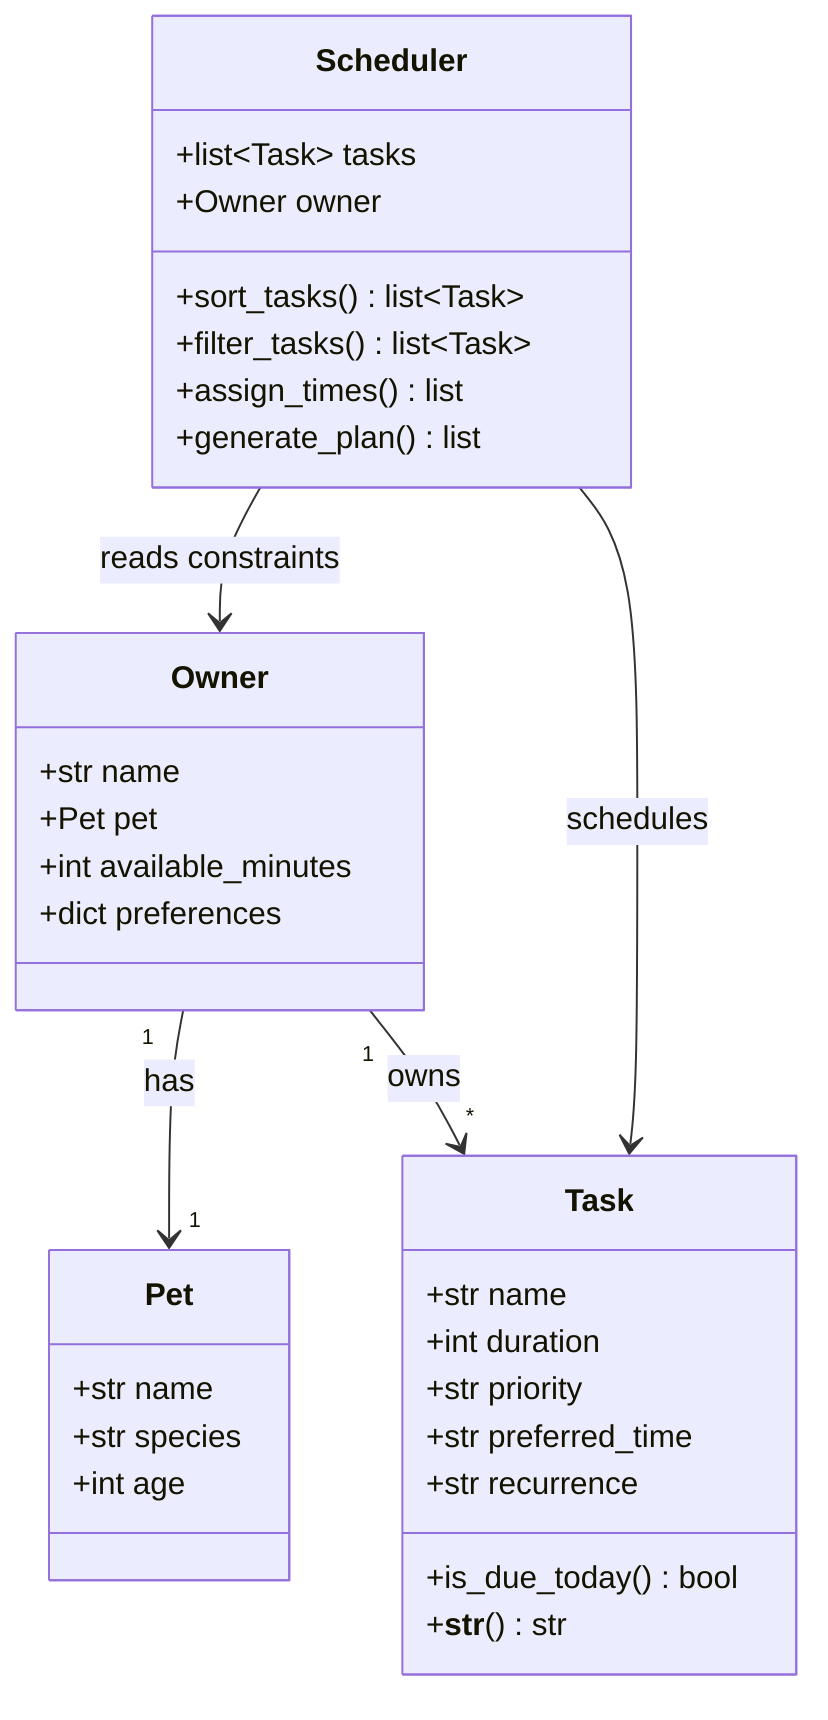
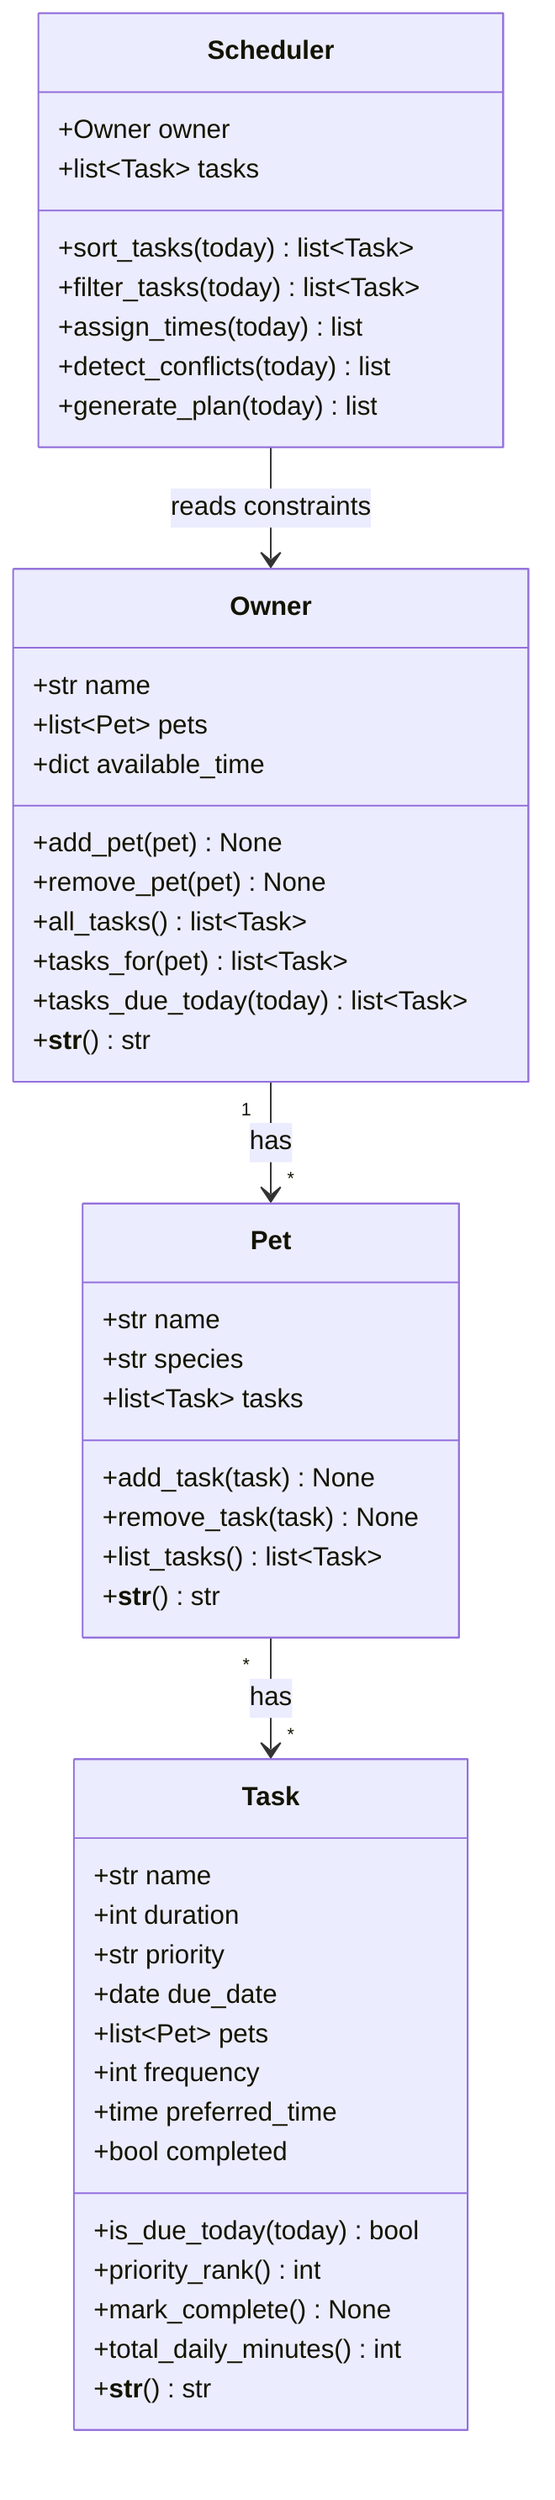
classDiagram
    %% PawPal+ class design

    class Owner {
        +str name
-         +Pet pet
-         +int available_minutes
-         +dict preferences
+         +list~Pet~ pets
+         +dict available_time
+         +add_pet(pet) None
+         +remove_pet(pet) None
+         +all_tasks() list~Task~
+         +tasks_for(pet) list~Task~
+         +tasks_due_today(today) list~Task~
+         +__str__() str
    }

    class Pet {
        +str name
        +str species
-         +int age
+         +list~Task~ tasks
+         +add_task(task) None
+         +remove_task(task) None
+         +list_tasks() list~Task~
+         +__str__() str
    }

    class Task {
        +str name
        +int duration
        +str priority
-         +str preferred_time
-         +str recurrence
-         +is_due_today() bool
+         +date due_date
+         +list~Pet~ pets
+         +int frequency
+         +time preferred_time
+         +bool completed
+         +is_due_today(today) bool
+         +priority_rank() int
+         +mark_complete() None
+         +total_daily_minutes() int
        +__str__() str
    }

    class Scheduler {
+         +Owner owner
        +list~Task~ tasks
-         +Owner owner
-         +sort_tasks() list~Task~
-         +filter_tasks() list~Task~
-         +assign_times() list
-         +generate_plan() list
+         +sort_tasks(today) list~Task~
+         +filter_tasks(today) list~Task~
+         +assign_times(today) list
+         +detect_conflicts(today) list
+         +generate_plan(today) list
    }

-     Owner "1" --> "1" Pet : has
-     Owner "1" --> "*" Task : owns
+     Owner "1" --> "*" Pet : has
+     Pet "*" --> "*" Task : has
    Scheduler --> Owner : reads constraints
-     Scheduler --> Task : schedules
